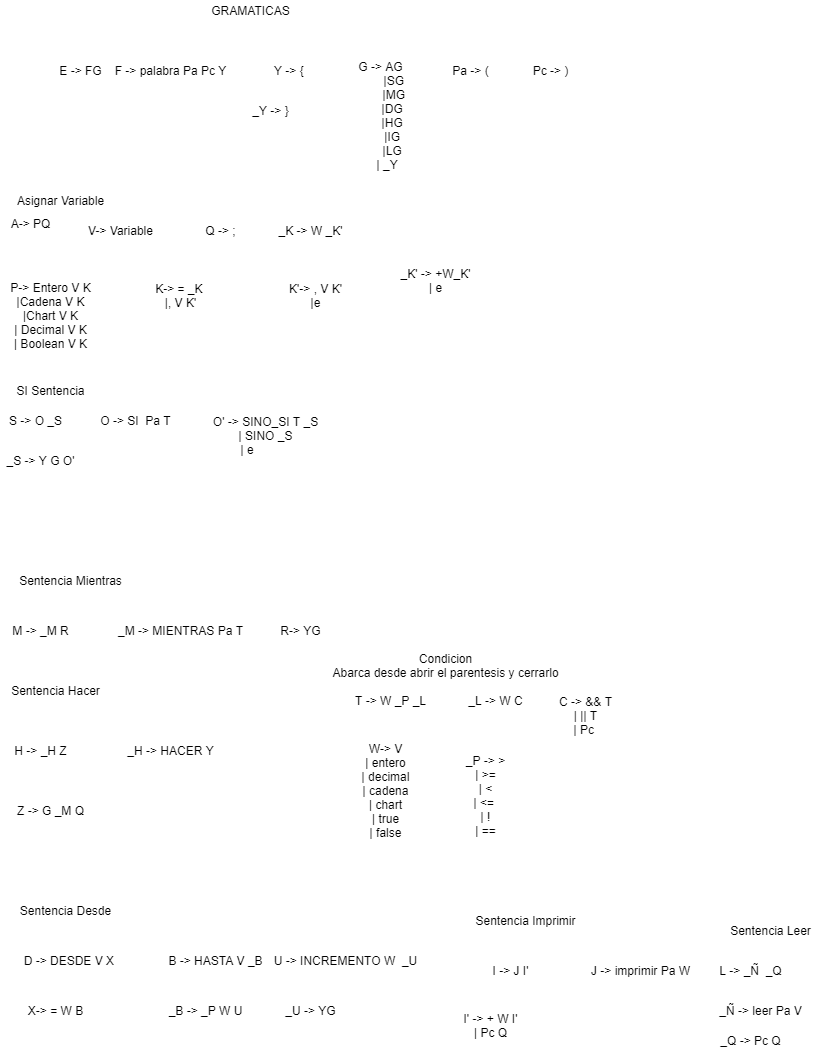
Above: Analizador_Sintactico (4)-Page-2.png in Camran1234/Proyecto2_Lenguajes_Analizador_Sintactico (draw.io), before the change. Source tidied: cells renumbered, new cells last; positions are measured from the earlier drawing's top-left corner, leaving out a move shared by most shapes.
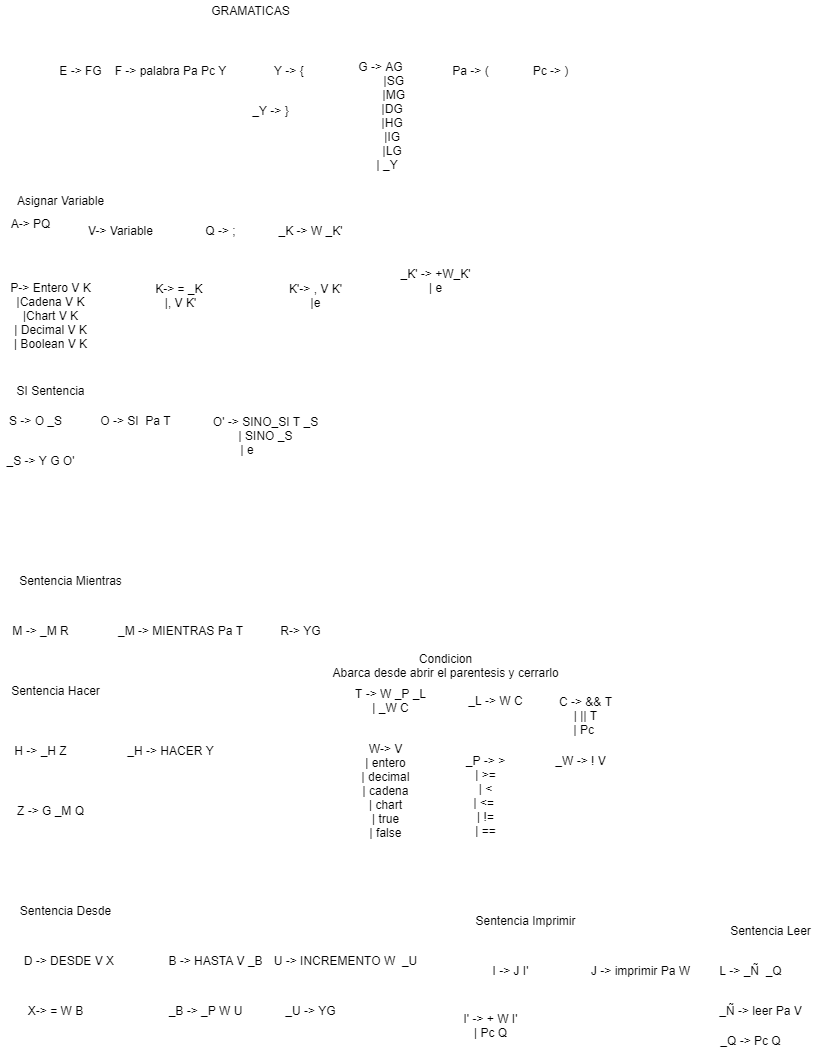
The same diagram one commit later.

Diff of the diagram source:
```diff
@@ -59,7 +59,7 @@
     <mxCell id="20" value="W-&amp;gt; V&lt;br&gt;| entero&lt;br&gt;| decimal&lt;br&gt;| cadena&lt;br&gt;| chart&lt;br&gt;| true&lt;br&gt;| false" style="text;html=1;align=center;verticalAlign=middle;" parent="1" vertex="1">
       <mxGeometry x="355" y="740" width="60" height="100" as="geometry" />
     </mxCell>
-    <mxCell id="21" value="_P -&amp;gt; &amp;gt;&lt;br&gt;| &amp;gt;=&lt;br&gt;| &amp;lt;&lt;br&gt;| &amp;lt;=&amp;nbsp;&lt;br&gt;| !&lt;br&gt;| ==" style="text;html=1;align=center;verticalAlign=middle;" parent="1" vertex="1">
+    <mxCell id="21" value="_P -&amp;gt; &amp;gt;&lt;br&gt;| &amp;gt;=&lt;br&gt;| &amp;lt;&lt;br&gt;| &amp;lt;=&amp;nbsp;&lt;br&gt;| !=&lt;br&gt;| ==" style="text;html=1;align=center;verticalAlign=middle;" parent="1" vertex="1">
       <mxGeometry x="460" y="750" width="50" height="90" as="geometry" />
     </mxCell>
     <mxCell id="22" value="_Y -&amp;gt; }" style="text;html=1;align=center;verticalAlign=middle;" parent="1" vertex="1">
@@ -83,8 +83,8 @@
     <mxCell id="28" value="_H -&amp;gt; HACER Y" style="text;html=1;align=center;verticalAlign=middle;" parent="1" vertex="1">
       <mxGeometry x="120" y="740" width="100" height="20" as="geometry" />
     </mxCell>
-    <mxCell id="29" value="T -&amp;gt; W _P _L" style="text;html=1;align=center;verticalAlign=middle;" parent="1" vertex="1">
-      <mxGeometry x="345" y="690" width="90" height="20" as="geometry" />
+    <mxCell id="29" value="T -&amp;gt; W _P _L&lt;br&gt;| _W C" style="text;html=1;align=center;verticalAlign=middle;" parent="1" vertex="1">
+      <mxGeometry x="345" y="685" width="90" height="30" as="geometry" />
     </mxCell>
     <mxCell id="30" value="_L -&amp;gt; W C" style="text;html=1;align=center;verticalAlign=middle;" parent="1" vertex="1">
       <mxGeometry x="460" y="690" width="70" height="20" as="geometry" />
@@ -155,5 +155,8 @@
     <mxCell id="52" value="GRAMATICAS" style="text;html=1;align=center;verticalAlign=middle;" parent="1" vertex="1">
       <mxGeometry x="205" width="90" height="20" as="geometry" />
     </mxCell>
+    <mxCell id="53" value="_W -&amp;gt; ! V" style="text;html=1;align=center;verticalAlign=middle;" parent="1" vertex="1">
+      <mxGeometry x="545" y="750" width="70" height="20" as="geometry" />
+    </mxCell>
   </root>
 </mxGraphModel>
```
